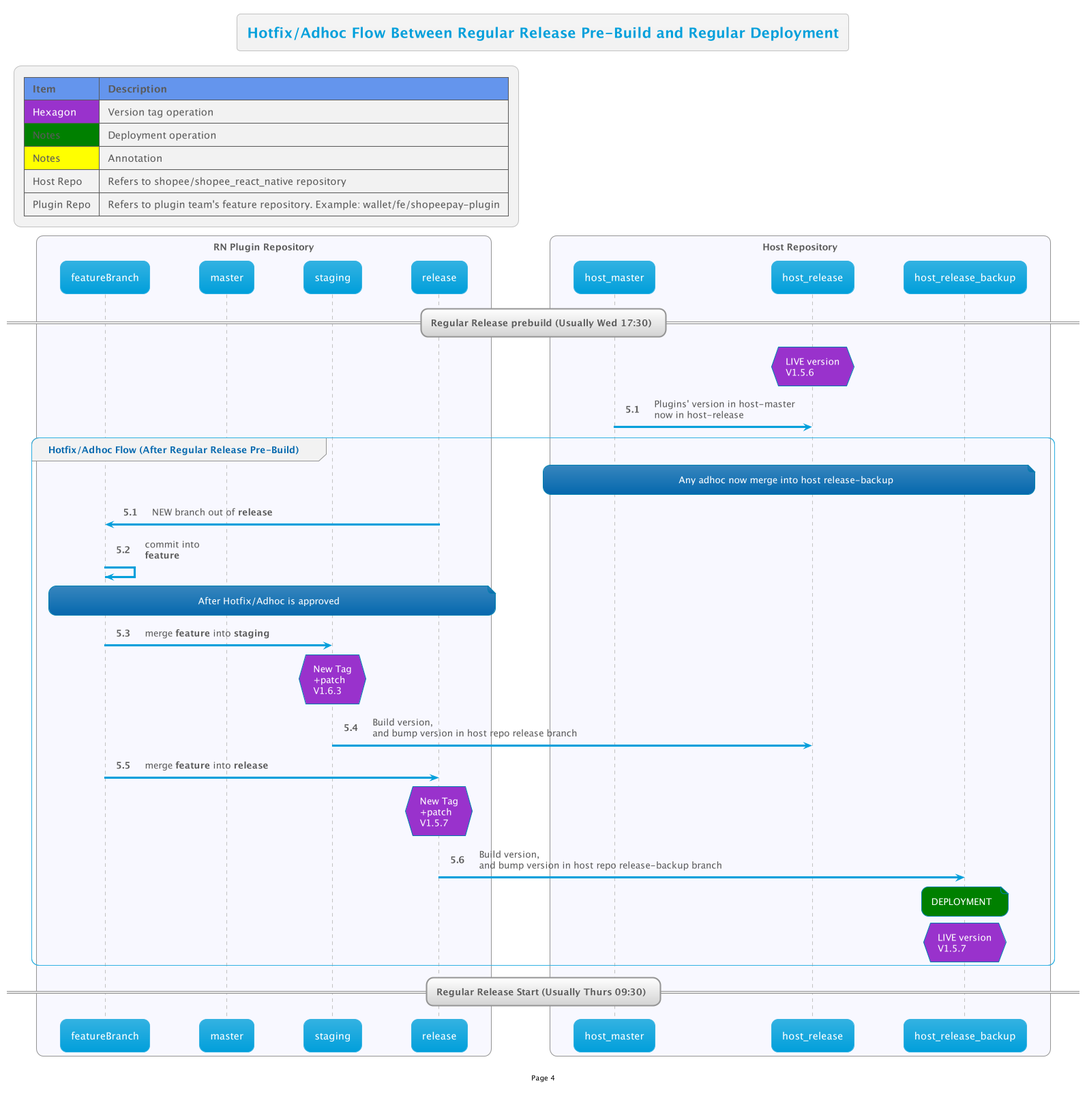
Above: out/RNReview/CodeMergeFlow/4/4.png in thetomitomo/diagrams (PlantUML), before the change.
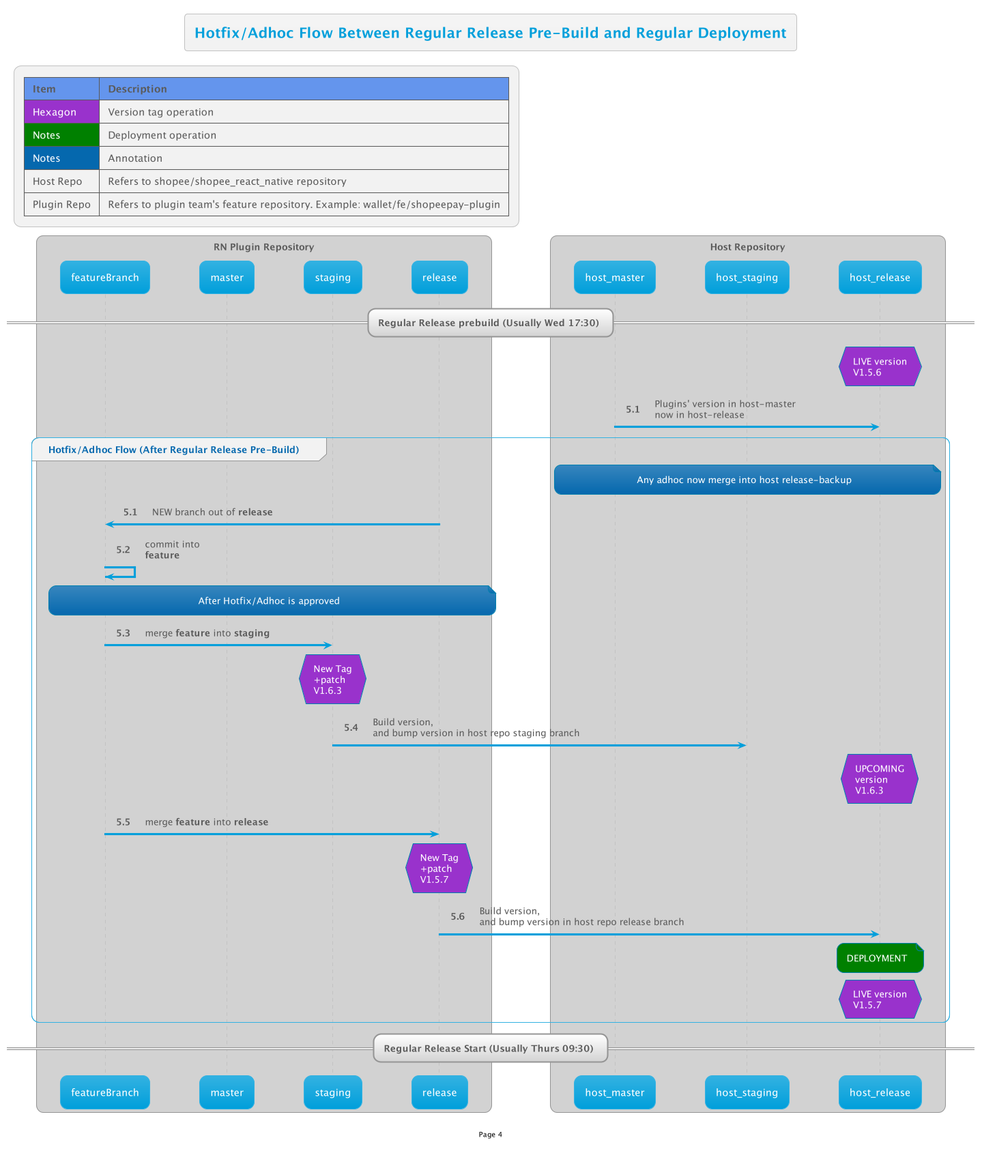
After the change.

Change to the diagram source:
```diff
@@ -13,7 +13,7 @@
 autonumber $AutonumStart.1
 
 group Hotfix/Adhoc Flow (After Regular Release Pre-Build)
-    note over host_master,host_release_backup: Any adhoc now merge into host release-backup
+    note over host_master,host_release: Any adhoc now merge into host release-backup
     release -> FB: NEW branch out of <b>release</b>
 
     FB -> FB: commit into\n<b>feature</b>
@@ -21,13 +21,14 @@
     note over FB,release: After Hotfix/Adhoc is approved
     FB -> staging: merge <b>feature</b> into <b>staging</b>
     hnote over staging #DarkOrchid:New Tag\n+patch\nV1.6.3
-    staging -> host_release: Build version,\nand bump version in host repo release branch
+    staging -> host_staging: Build version,\nand bump version in host repo staging branch
+    hnote over host_release #DarkOrchid: UPCOMING\nversion\nV1.6.3
 
     FB -> release: merge <b>feature</b> into <b>release</b>
     hnote over release #DarkOrchid:New Tag\n+patch\nV1.5.7
-    release -> host_release_backup: Build version,\nand bump version in host repo release-backup branch
-    note over host_release_backup #Green: DEPLOYMENT
-    hnote over host_release_backup #DarkOrchid: LIVE version\nV1.5.7
+    release -> host_release: Build version,\nand bump version in host repo release branch
+    note over host_release #Green: DEPLOYMENT
+    hnote over host_release #DarkOrchid: LIVE version\nV1.5.7
 end
 
 == Regular Release Start (Usually Thurs 09:30) ==
```
